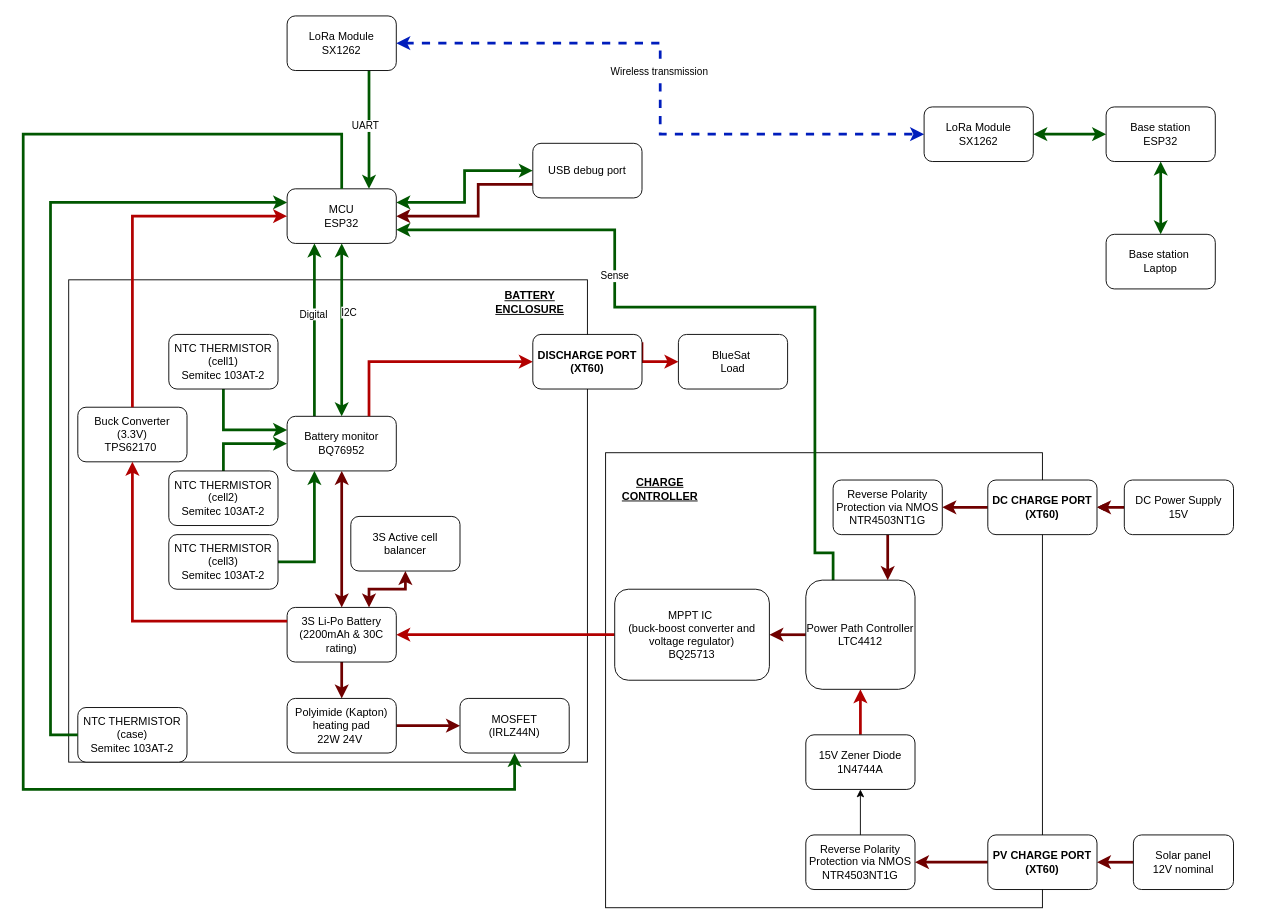
Chainsawfelix/ELEC3117-BLUESAT keeps this draw.io diagram as Felix_DRAFT_BMS_ELEC3117.drawio. Above is the earlier version. Source tidied: cells renumbered, new cells numbered last; positions are measured from the earlier drawing's top-left corner, leaving out a move shared by most shapes. Both pictures are drawn from the tidied source at 91%, with x=0, y=0 at pixel (23, 15).
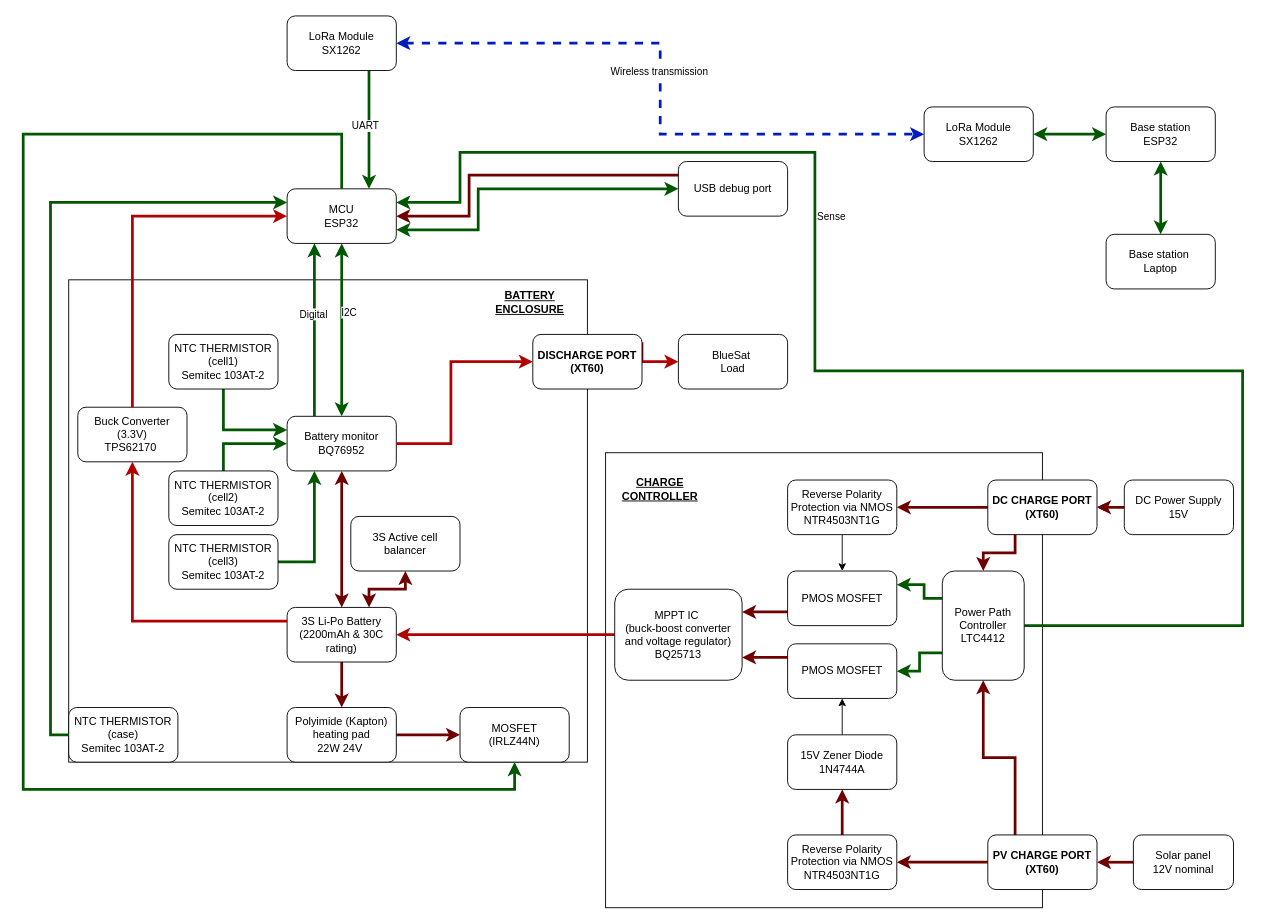
The same page after the edit.

The change refers to these unchanged cells:
```xml
<mxCell id="5" value="MCU&lt;br&gt;ESP32" style="rounded=1;whiteSpace=wrap;html=1;" parent="1" vertex="1">
  <mxGeometry x="290" y="190" width="120" height="60" as="geometry" />
</mxCell>
<mxCell id="13" value="Battery monitor&lt;br&gt;BQ76952" style="rounded=1;whiteSpace=wrap;html=1;" parent="1" vertex="1">
  <mxGeometry x="290" y="440" width="120" height="60" as="geometry" />
</mxCell>
<mxCell id="28" value="&lt;b&gt;&lt;font style=&quot;color: light-dark(rgb(0, 0, 0), rgb(0, 0, 0));&quot;&gt;DISCHARGE PORT&lt;/font&gt;&lt;/b&gt;&lt;div&gt;&lt;b&gt;&lt;font style=&quot;color: light-dark(rgb(0, 0, 0), rgb(0, 0, 0));&quot;&gt;(XT60)&lt;/font&gt;&lt;/b&gt;&lt;/div&gt;" style="rounded=1;whiteSpace=wrap;html=1;fillColor=light-dark(#FFFFFF,#FF8000);" parent="1" vertex="1">
  <mxGeometry x="560" y="350" width="120" height="60" as="geometry" />
</mxCell>
<mxCell id="64" value="&lt;b&gt;&lt;font style=&quot;color: light-dark(rgb(0, 0, 0), rgb(0, 0, 0));&quot;&gt;DC CHARGE PORT&lt;/font&gt;&lt;/b&gt;&lt;div&gt;&lt;b&gt;&lt;font style=&quot;color: light-dark(rgb(0, 0, 0), rgb(0, 0, 0));&quot;&gt;(XT60)&lt;/font&gt;&lt;/b&gt;&lt;/div&gt;" style="rounded=1;whiteSpace=wrap;html=1;fillColor=light-dark(#FFFFFF,#FF8000);" parent="1" vertex="1">
  <mxGeometry x="1060" y="510" width="120" height="60" as="geometry" />
</mxCell>
<mxCell id="66" value="&lt;b&gt;&lt;font style=&quot;color: light-dark(rgb(0, 0, 0), rgb(0, 0, 0));&quot;&gt;PV CHARGE PORT&lt;/font&gt;&lt;/b&gt;&lt;div&gt;&lt;b&gt;&lt;font style=&quot;color: light-dark(rgb(0, 0, 0), rgb(0, 0, 0));&quot;&gt;(XT60)&lt;/font&gt;&lt;/b&gt;&lt;/div&gt;" style="rounded=1;whiteSpace=wrap;html=1;fillColor=light-dark(#FFFFFF,#FF8000);" parent="1" vertex="1">
  <mxGeometry x="1060" y="900" width="120" height="60" as="geometry" />
</mxCell>
```

Change to the diagram source:
```diff
@@
-    <mxCell id="4" style="edgeStyle=orthogonalEdgeStyle;rounded=0;jettySize=auto;html=1;exitX=1;exitY=0.25;exitDx=0;exitDy=0;entryX=0;entryY=0.5;entryDx=0;entryDy=0;strokeWidth=3;fillColor=#008a00;strokeColor=#005700;startArrow=classic;startFill=1;" parent="1" edge="1" source="5" target="69">
-      <mxGeometry relative="1" as="geometry" />
+    <mxCell id="4" style="edgeStyle=orthogonalEdgeStyle;rounded=0;jettySize=auto;html=1;exitX=1;exitY=0.75;exitDx=0;exitDy=0;entryX=0;entryY=0.5;entryDx=0;entryDy=0;strokeWidth=3;fillColor=#008a00;strokeColor=#005700;startArrow=classic;startFill=1;" parent="1" edge="1" source="5" target="69">
+      <mxGeometry relative="1" as="geometry">
+        <Array as="points">
+          <mxPoint x="500" y="235" />
+          <mxPoint x="500" y="190" />
+        </Array>
+      </mxGeometry>
     </mxCell>
@@
     <mxCell id="9" value="NTC THERMISTOR&lt;div&gt;(case)&lt;br&gt;Semitec 103AT-2&lt;/div&gt;" style="rounded=1;whiteSpace=wrap;html=1;" parent="1" vertex="1">
-      <mxGeometry x="60" y="760" width="120" height="60" as="geometry" />
+      <mxGeometry x="50" y="760" width="120" height="60" as="geometry" />
     </mxCell>
@@
-    <mxCell id="25" style="edgeStyle=orthogonalEdgeStyle;rounded=0;jettySize=auto;html=1;exitX=0.75;exitY=0;exitDx=0;exitDy=0;strokeWidth=3;fillColor=#e51400;strokeColor=#B20000;startArrow=none;startFill=0;entryX=0;entryY=0.5;entryDx=0;entryDy=0;" parent="1" edge="1" source="13" target="28">
+    <mxCell id="25" style="edgeStyle=orthogonalEdgeStyle;rounded=0;jettySize=auto;html=1;exitX=1;exitY=0.5;exitDx=0;exitDy=0;strokeWidth=3;fillColor=#e51400;strokeColor=#B20000;startArrow=none;startFill=0;entryX=0;entryY=0.5;entryDx=0;entryDy=0;" parent="1" edge="1" source="13" target="28">
       <mxGeometry relative="1" as="geometry">
         <Array as="points">
-          <mxPoint x="380" y="380" />
+          <mxPoint x="470" y="470" />
+          <mxPoint x="470" y="380" />
         </Array>
       </mxGeometry>
     </mxCell>
@@
-    <mxCell id="29" style="edgeStyle=orthogonalEdgeStyle;rounded=0;jettySize=auto;html=1;exitX=0.5;exitY=0;exitDx=0;exitDy=0;entryX=0.5;entryY=1;entryDx=0;entryDy=0;" parent="1" edge="1" source="30" target="59">
+    <mxCell id="29" style="edgeStyle=orthogonalEdgeStyle;rounded=0;jettySize=auto;html=1;exitX=0.5;exitY=0;exitDx=0;exitDy=0;entryX=0.5;entryY=1;entryDx=0;entryDy=0;fillColor=#a20025;strokeColor=#6F0000;strokeWidth=3;" parent="1" edge="1" source="30" target="59">
       <mxGeometry relative="1" as="geometry" />
     </mxCell>
     <mxCell id="30" value="Reverse Polarity&lt;br&gt;Protection via NMOS&lt;br&gt;NTR4503NT1G" style="rounded=1;whiteSpace=wrap;html=1;" parent="1" vertex="1">
-      <mxGeometry x="860" y="900" width="120" height="60" as="geometry" />
+      <mxGeometry x="840" y="900" width="120" height="60" as="geometry" />
     </mxCell>
@@
-    <mxCell id="36" style="edgeStyle=orthogonalEdgeStyle;rounded=0;jettySize=auto;html=1;exitX=0;exitY=0.5;exitDx=0;exitDy=0;entryX=1;entryY=0.5;entryDx=0;entryDy=0;strokeWidth=3;fillColor=#a20025;strokeColor=#6F0000;" parent="1" edge="1" source="39" target="58">
-      <mxGeometry relative="1" as="geometry" />
-    </mxCell>
-    <mxCell id="37" style="edgeStyle=orthogonalEdgeStyle;rounded=0;jettySize=auto;html=1;exitX=0.25;exitY=0;exitDx=0;exitDy=0;entryX=1;entryY=0.75;entryDx=0;entryDy=0;strokeWidth=3;fillColor=#008a00;strokeColor=#005700;" parent="1" edge="1" source="39" target="5">
+    <mxCell id="37" style="edgeStyle=orthogonalEdgeStyle;rounded=0;jettySize=auto;html=1;exitX=1;exitY=0.5;exitDx=0;exitDy=0;strokeWidth=3;fillColor=#008a00;strokeColor=#005700;entryX=1;entryY=0.25;entryDx=0;entryDy=0;" parent="1" edge="1" source="39" target="5">
       <mxGeometry relative="1" as="geometry">
         <Array as="points">
-          <mxPoint x="890" y="590" />
-          <mxPoint x="870" y="590" />
-          <mxPoint x="870" y="320" />
-          <mxPoint x="650" y="320" />
-          <mxPoint x="650" y="235" />
+          <mxPoint x="1340" y="670" />
+          <mxPoint x="1340" y="390" />
+          <mxPoint x="870" y="390" />
+          <mxPoint x="870" y="150" />
+          <mxPoint x="480" y="150" />
+          <mxPoint x="480" y="205" />
         </Array>
       </mxGeometry>
     </mxCell>
     <mxCell id="38" value="Sense" style="edgeLabel;html=1;align=center;verticalAlign=middle;" parent="37" vertex="1">
       <mxGeometry x="0.33" relative="1" as="geometry">
-        <mxPoint x="-1" as="offset" />
+        <mxPoint x="17" as="offset" />
       </mxGeometry>
     </mxCell>
+    <mxCell id="70" style="edgeStyle=orthogonalEdgeStyle;rounded=0;jettySize=auto;html=1;exitX=0;exitY=0.25;exitDx=0;exitDy=0;entryX=1;entryY=0.25;entryDx=0;entryDy=0;strokeWidth=3;fillColor=#008a00;strokeColor=#005700;" parent="1" edge="1" source="39" target="77">
+      <mxGeometry relative="1" as="geometry">
+        <Array as="points">
+          <mxPoint x="990" y="640" />
+          <mxPoint x="990" y="625" />
+        </Array>
+      </mxGeometry>
+    </mxCell>
+    <mxCell id="71" style="edgeStyle=orthogonalEdgeStyle;rounded=0;jettySize=auto;html=1;exitX=0;exitY=0.75;exitDx=0;exitDy=0;strokeWidth=3;fillColor=#008a00;strokeColor=#005700;" parent="1" edge="1" source="39" target="79">
+      <mxGeometry relative="1" as="geometry" />
+    </mxCell>
     <mxCell id="39" value="Power Path Controller&lt;br&gt;LTC4412" style="rounded=1;whiteSpace=wrap;html=1;" parent="1" vertex="1">
-      <mxGeometry x="860" y="620" width="120" height="120" as="geometry" />
+      <mxGeometry x="1010" y="610" width="90" height="120" as="geometry" />
     </mxCell>
@@
     <mxCell id="42" value="Polyimide (Kapton) heating pad&lt;br&gt;22W 24V&amp;nbsp;" style="rounded=1;whiteSpace=wrap;html=1;" parent="1" vertex="1">
-      <mxGeometry x="290" y="750" width="120" height="60" as="geometry" />
+      <mxGeometry x="290" y="760" width="120" height="60" as="geometry" />
     </mxCell>
     <mxCell id="43" value="MOSFET&lt;div&gt;(IRLZ44N)&lt;/div&gt;" style="rounded=1;whiteSpace=wrap;html=1;" parent="1" vertex="1">
-      <mxGeometry x="480" y="750" width="120" height="60" as="geometry" />
+      <mxGeometry x="480" y="760" width="120" height="60" as="geometry" />
     </mxCell>
@@
-    <mxCell id="55" style="edgeStyle=orthogonalEdgeStyle;rounded=0;jettySize=auto;html=1;exitX=0.5;exitY=1;exitDx=0;exitDy=0;entryX=0.75;entryY=0;entryDx=0;entryDy=0;fillColor=#a20025;strokeColor=#6F0000;strokeWidth=3;" parent="1" edge="1" source="60" target="39">
-      <mxGeometry relative="1" as="geometry" />
-    </mxCell>
-    <mxCell id="56" style="edgeStyle=orthogonalEdgeStyle;rounded=0;jettySize=auto;html=1;entryX=0.5;entryY=1;entryDx=0;entryDy=0;strokeWidth=3;fillColor=#e51400;strokeColor=#B20000;exitX=0.5;exitY=0;exitDx=0;exitDy=0;" parent="1" edge="1" source="59" target="39">
-      <mxGeometry relative="1" as="geometry" />
-    </mxCell>
@@
     <mxCell id="58" value="MPPT IC&amp;nbsp;&lt;div&gt;(buck-boost converter and voltage regulator)&lt;div&gt;BQ25713&lt;/div&gt;&lt;/div&gt;" style="rounded=1;whiteSpace=wrap;html=1;" parent="1" vertex="1">
-      <mxGeometry x="650" y="630" width="170" height="100" as="geometry" />
+      <mxGeometry x="650" y="630" width="140" height="100" as="geometry" />
     </mxCell>
+    <mxCell id="72" style="edgeStyle=orthogonalEdgeStyle;rounded=0;jettySize=auto;html=1;exitX=0.5;exitY=0;exitDx=0;exitDy=0;entryX=0.5;entryY=1;entryDx=0;entryDy=0;" parent="1" edge="1" source="59" target="79">
+      <mxGeometry relative="1" as="geometry" />
+    </mxCell>
     <mxCell id="59" value="15V Zener Diode&lt;br&gt;1N4744A" style="rounded=1;whiteSpace=wrap;html=1;" parent="1" vertex="1">
-      <mxGeometry x="860" y="790" width="120" height="60" as="geometry" />
+      <mxGeometry x="840" y="790" width="120" height="60" as="geometry" />
     </mxCell>
+    <mxCell id="73" style="edgeStyle=orthogonalEdgeStyle;rounded=0;jettySize=auto;html=1;exitX=0.5;exitY=1;exitDx=0;exitDy=0;entryX=0.5;entryY=0;entryDx=0;entryDy=0;" parent="1" edge="1" source="60" target="77">
+      <mxGeometry relative="1" as="geometry" />
+    </mxCell>
     <mxCell id="60" value="Reverse Polarity&lt;br&gt;Protection via NMOS&lt;br&gt;NTR4503NT1G" style="rounded=1;whiteSpace=wrap;html=1;" parent="1" vertex="1">
-      <mxGeometry x="890" y="510" width="120" height="60" as="geometry" />
+      <mxGeometry x="840" y="510" width="120" height="60" as="geometry" />
     </mxCell>
@@
+    <mxCell id="74" style="edgeStyle=orthogonalEdgeStyle;rounded=0;jettySize=auto;html=1;exitX=0.25;exitY=1;exitDx=0;exitDy=0;entryX=0.5;entryY=0;entryDx=0;entryDy=0;strokeWidth=3;fillColor=#a20025;strokeColor=#6F0000;" parent="1" edge="1" source="64" target="39">
+      <mxGeometry relative="1" as="geometry" />
+    </mxCell>
@@
+    <mxCell id="75" style="edgeStyle=orthogonalEdgeStyle;rounded=0;jettySize=auto;html=1;exitX=0.25;exitY=0;exitDx=0;exitDy=0;fillColor=#a20025;strokeColor=#6F0000;strokeWidth=3;" parent="1" edge="1" source="66" target="39">
+      <mxGeometry relative="1" as="geometry" />
+    </mxCell>
@@
-    <mxCell id="68" style="edgeStyle=orthogonalEdgeStyle;rounded=0;jettySize=auto;html=1;exitX=0;exitY=0.75;exitDx=0;exitDy=0;entryX=1;entryY=0.5;entryDx=0;entryDy=0;strokeWidth=3;fillColor=#a20025;strokeColor=#6F0000;" parent="1" edge="1" source="69" target="5">
+    <mxCell id="68" style="edgeStyle=orthogonalEdgeStyle;rounded=0;jettySize=auto;html=1;exitX=0;exitY=0.25;exitDx=0;exitDy=0;entryX=1;entryY=0.5;entryDx=0;entryDy=0;strokeWidth=3;fillColor=#a20025;strokeColor=#6F0000;" parent="1" edge="1" source="69" target="5">
       <mxGeometry relative="1" as="geometry">
         <Array as="points">
-          <mxPoint x="500" y="185" />
-          <mxPoint x="500" y="220" />
+          <mxPoint x="490" y="175" />
+          <mxPoint x="490" y="220" />
         </Array>
       </mxGeometry>
     </mxCell>
     <mxCell id="69" value="USB debug port" style="rounded=1;whiteSpace=wrap;html=1;" parent="1" vertex="1">
-      <mxGeometry x="560" y="140" width="120" height="60" as="geometry" />
+      <mxGeometry x="720" y="160" width="120" height="60" as="geometry" />
     </mxCell>
+    <mxCell id="76" style="edgeStyle=orthogonalEdgeStyle;rounded=0;jettySize=auto;html=1;exitX=0;exitY=0.75;exitDx=0;exitDy=0;entryX=1;entryY=0.25;entryDx=0;entryDy=0;strokeWidth=3;fillColor=#a20025;strokeColor=#6F0000;" parent="1" edge="1" source="77" target="58">
+      <mxGeometry relative="1" as="geometry" />
+    </mxCell>
+    <mxCell id="77" value="PMOS MOSFET" style="rounded=1;whiteSpace=wrap;html=1;" parent="1" vertex="1">
+      <mxGeometry x="840" y="610" width="120" height="60" as="geometry" />
+    </mxCell>
+    <mxCell id="78" style="edgeStyle=orthogonalEdgeStyle;rounded=0;jettySize=auto;html=1;exitX=0;exitY=0.25;exitDx=0;exitDy=0;entryX=1;entryY=0.75;entryDx=0;entryDy=0;strokeWidth=3;fillColor=#a20025;strokeColor=#6F0000;" parent="1" edge="1" source="79" target="58">
+      <mxGeometry relative="1" as="geometry" />
+    </mxCell>
+    <mxCell id="79" value="PMOS MOSFET" style="rounded=1;whiteSpace=wrap;html=1;" parent="1" vertex="1">
+      <mxGeometry x="840" y="690" width="120" height="60" as="geometry" />
+    </mxCell>
```
